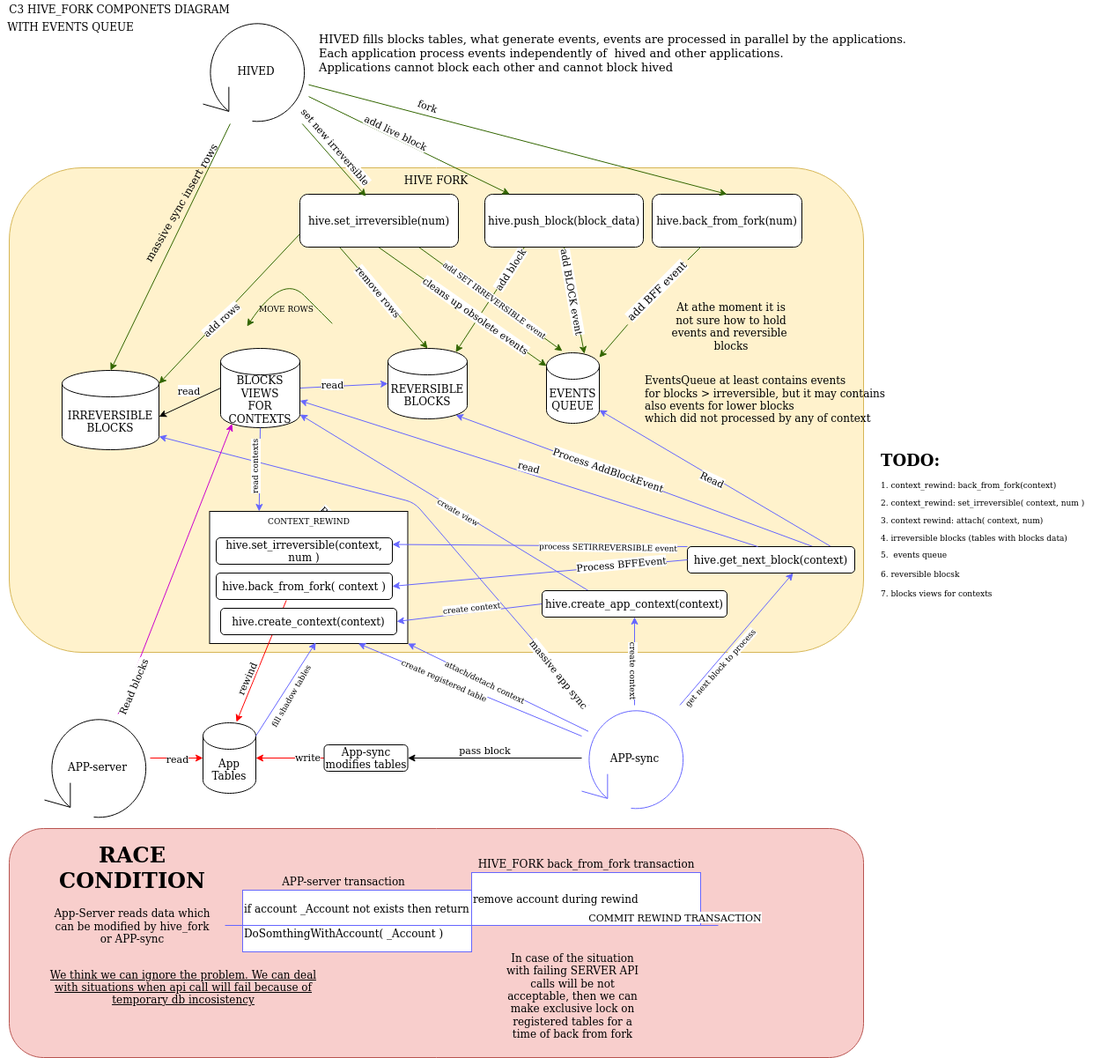
Before: doc/evq_c3.png, a diagram exported from draw.io (openhive-network/HAfAH). Source tidied: cells renumbered, new cells last; positions are measured from the earlier drawing's top-left corner, leaving out a move shared by most shapes.
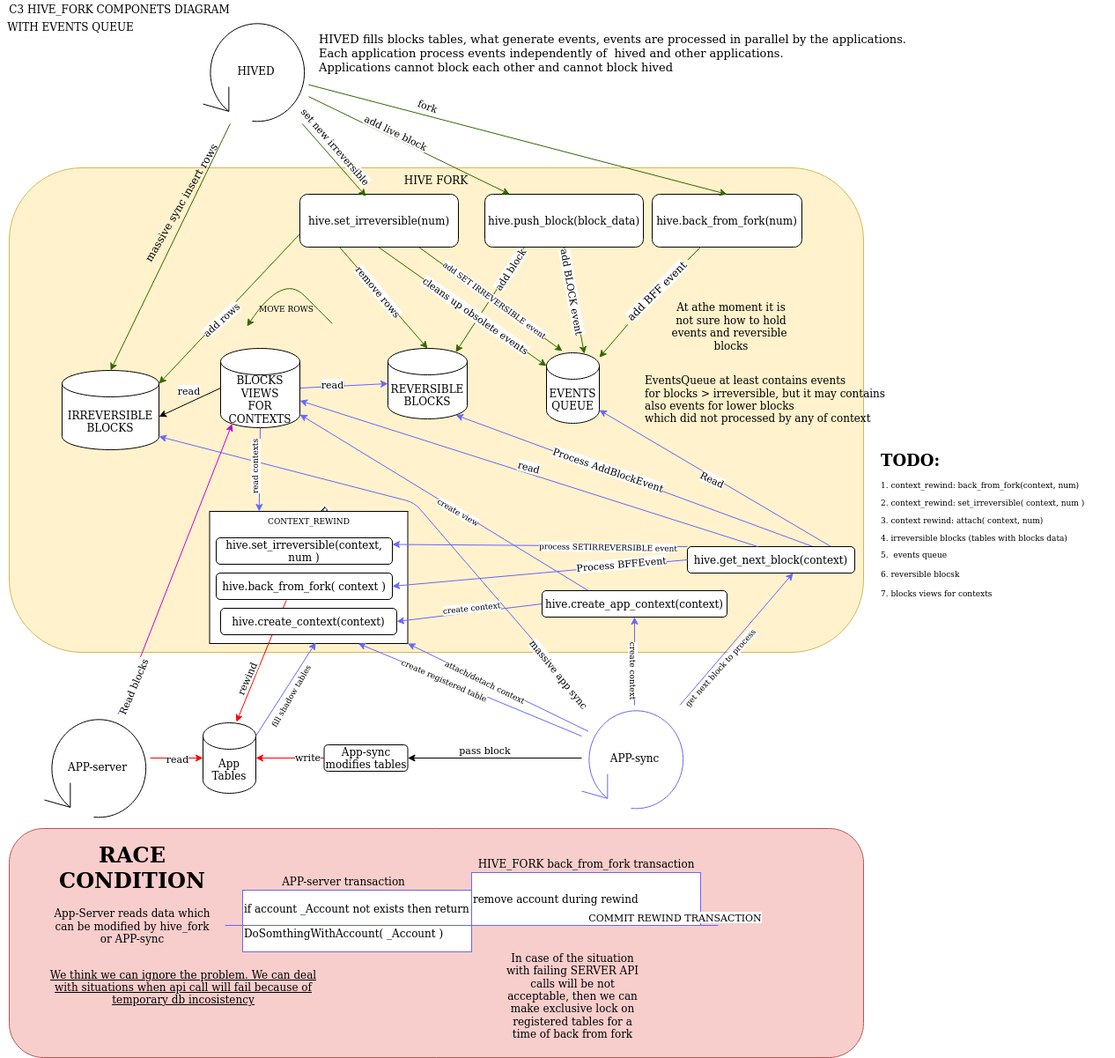
After the change.

Diff of the diagram source:
```diff
@@ -378,7 +378,7 @@
     <mxCell id="101" style="edgeStyle=none;rounded=0;jettySize=auto;html=1;strokeColor=#336600;endArrow=none;" parent="1" edge="1" source="15" target="100">
       <mxGeometry relative="1" as="geometry" />
     </mxCell>
-    <mxCell id="102" value="&lt;h1&gt;TODO:&lt;/h1&gt;&lt;p&gt;1. context_rewind: back_from_fork(context)&lt;br&gt;&lt;/p&gt;&lt;p&gt;2. context_rewind: set_irreversible( context, num )&lt;/p&gt;&lt;p&gt;3. context rewind: attach( context, num)&lt;br&gt;&lt;/p&gt;&lt;p&gt;4. irreversible blocks (tables with blocks data)&lt;br&gt;&lt;/p&gt;&lt;div&gt;5.&amp;nbsp; events queue&lt;/div&gt;&lt;div&gt;&lt;br&gt;&lt;/div&gt;&lt;div&gt;6. reversible blocsk&lt;/div&gt;&lt;div&gt;&lt;br&gt;&lt;/div&gt;&lt;div&gt;7. blocks views for contexts&lt;br&gt;&lt;/div&gt;" style="text;html=1;strokeColor=none;fillColor=none;spacing=5;spacingTop=-20;whiteSpace=wrap;overflow=hidden;rounded=0;labelBackgroundColor=#ffffff;fontSize=9;fontColor=#000000;" parent="1" vertex="1">
+    <mxCell id="102" value="&lt;h1&gt;TODO:&lt;/h1&gt;&lt;p&gt;1. context_rewind: back_from_fork(context, num)&lt;br&gt;&lt;/p&gt;&lt;p&gt;2. context_rewind: set_irreversible( context, num )&lt;/p&gt;&lt;p&gt;3. context rewind: attach( context, num)&lt;br&gt;&lt;/p&gt;&lt;p&gt;4. irreversible blocks (tables with blocks data)&lt;br&gt;&lt;/p&gt;&lt;div&gt;5.&amp;nbsp; events queue&lt;/div&gt;&lt;div&gt;&lt;br&gt;&lt;/div&gt;&lt;div&gt;6. reversible blocsk&lt;/div&gt;&lt;div&gt;&lt;br&gt;&lt;/div&gt;&lt;div&gt;7. blocks views for contexts&lt;br&gt;&lt;/div&gt;" style="text;html=1;strokeColor=none;fillColor=none;spacing=5;spacingTop=-20;whiteSpace=wrap;overflow=hidden;rounded=0;labelBackgroundColor=#ffffff;fontSize=9;fontColor=#000000;" parent="1" vertex="1">
       <mxGeometry x="995" y="510" width="270" height="190" as="geometry" />
     </mxCell>
     <mxCell id="103" style="endArrow=classic;html=1;fontSize=9;fontColor=#000000;strokeColor=#6666FF;entryX=1;entryY=1;entryDx=0;entryDy=0;" parent="1" edge="1" target="79">
```
